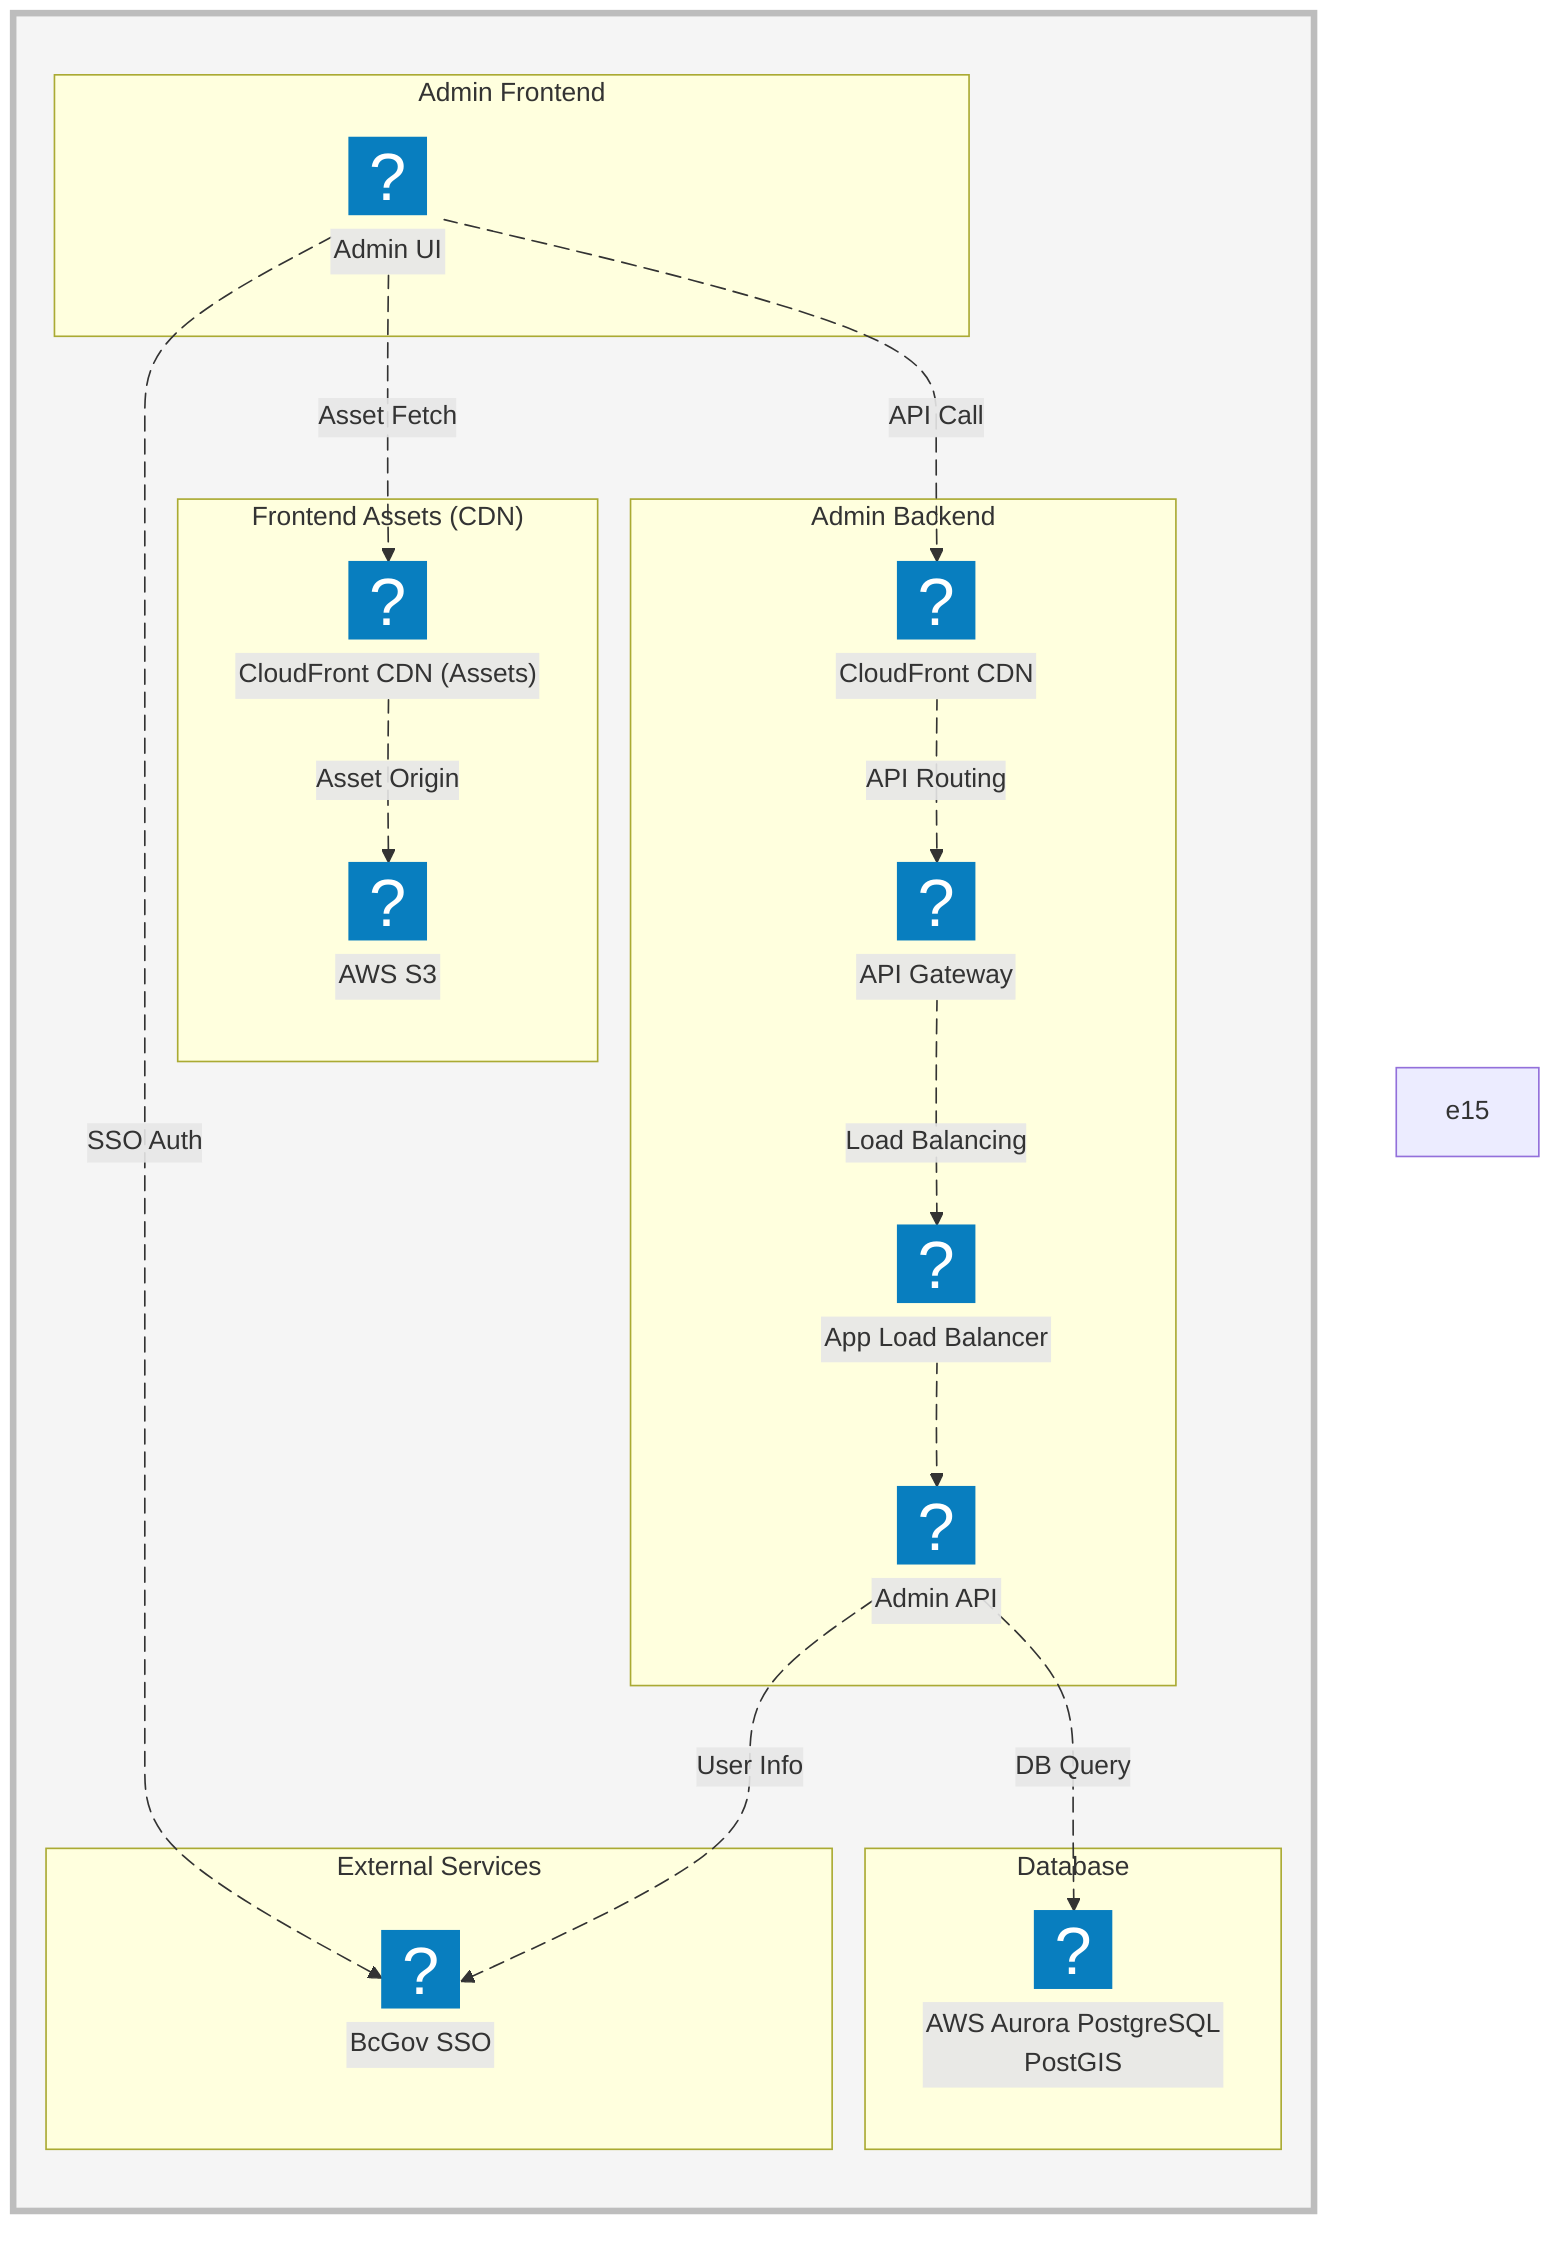
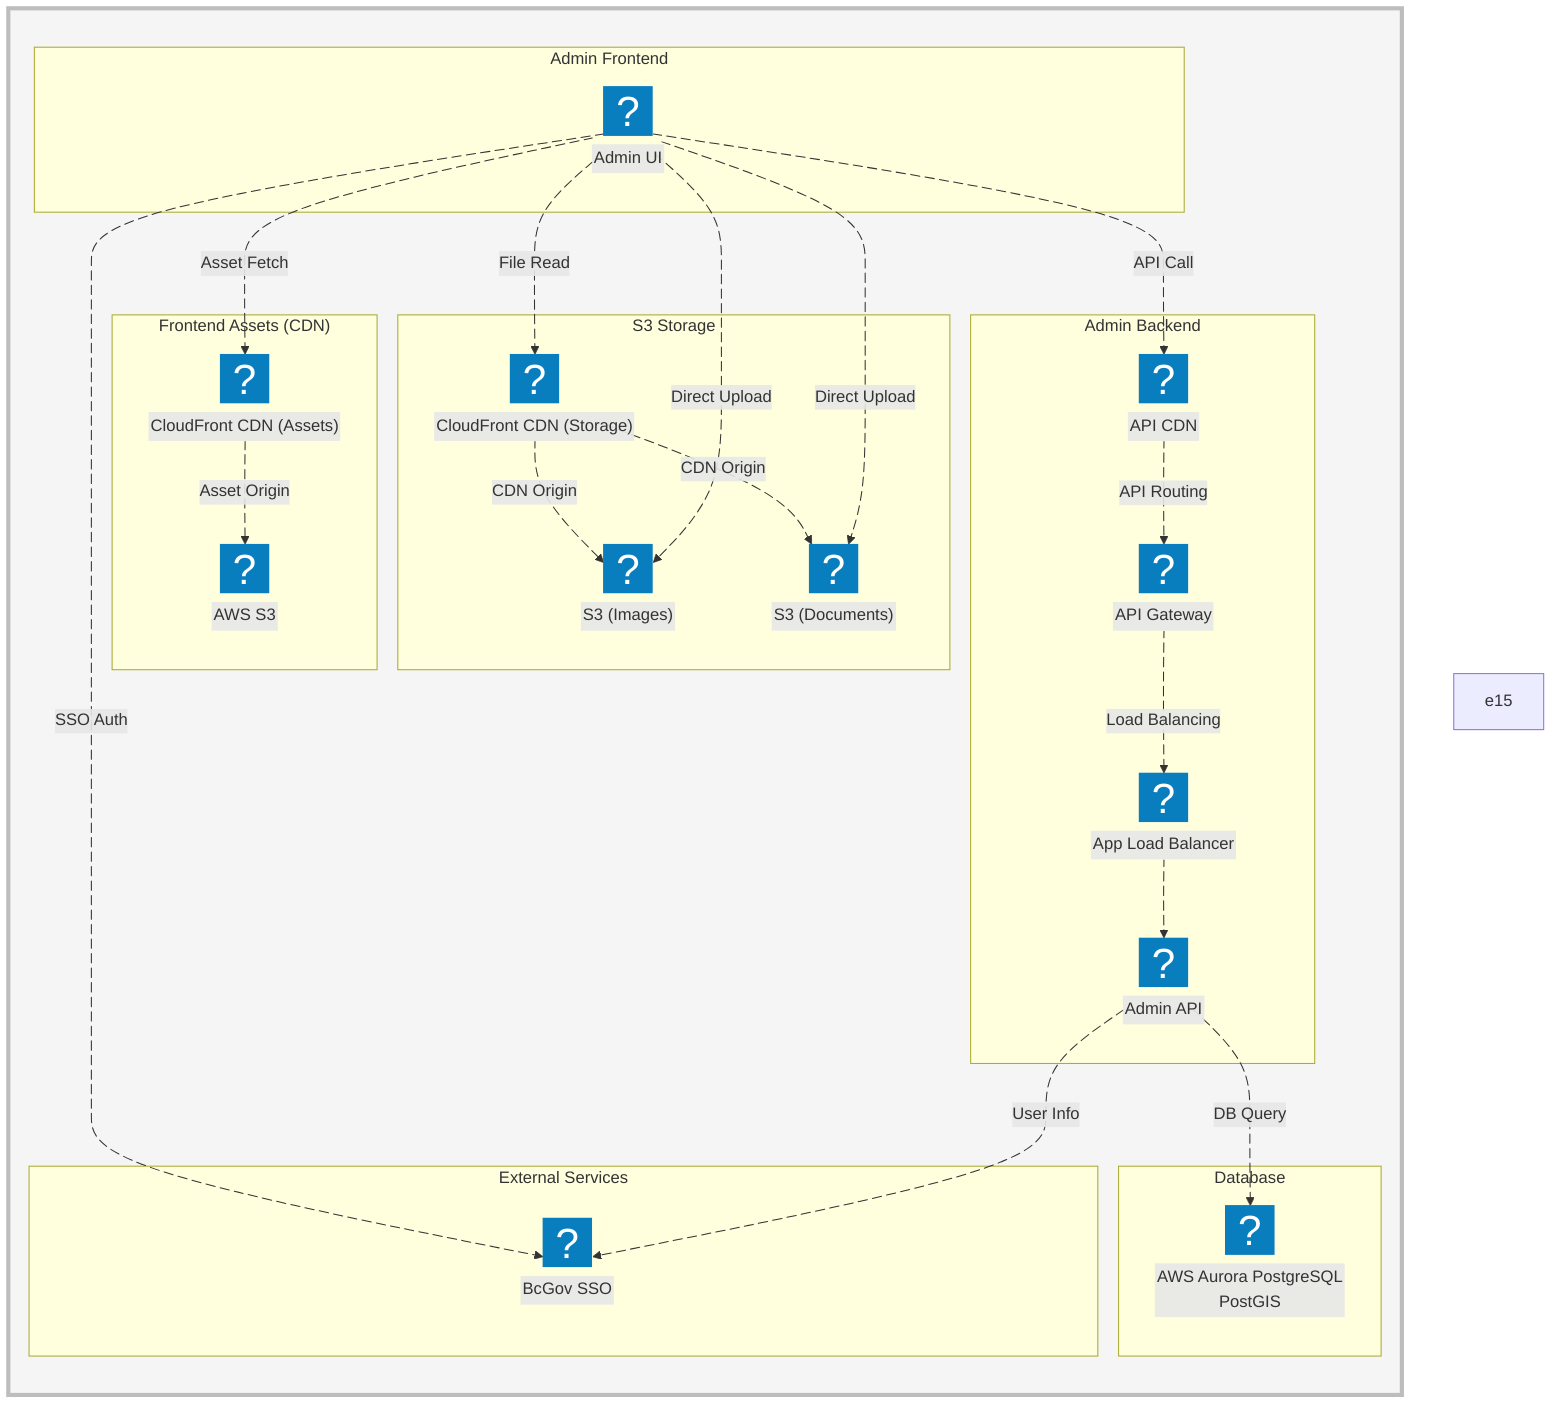
flowchart TD
  subgraph Container[" "]
    direction TB
    classDef container fill:#f5f5f5,stroke:#bdbdbd,stroke-width:4px
    class Container container;
    subgraph subGraph0["Admin Frontend"]
      UI["Admin UI"]
      UI@{ icon: "azure:users", pos: "b" }
    end
    subgraph subGraphAssets["Frontend Assets (CDN)"]
      S3["AWS S3"]
      S3@{ icon: "aws:arch-amazon-simple-storage-service", pos: "b" }
      CFAssets["CloudFront CDN (Assets)"]
      CFAssets@{ icon: "aws:arch-amazon-cloudfront", pos: "b" }
    end
+     subgraph subGraphStorage["S3 Storage"]
+       StorageCDN["CloudFront CDN (Storage)"]
+       StorageCDN@{ icon: "aws:arch-amazon-cloudfront", pos: "b" }
+       ImagesS3["S3 (Images)"]
+       ImagesS3@{ icon: "aws:arch-amazon-simple-storage-service", pos: "b" }
+       DocsS3["S3 (Documents)"]
+       DocsS3@{ icon: "aws:arch-amazon-simple-storage-service", pos: "b" }
+     end
    subgraph subGraph1["Admin Backend"]
-       CDN["CloudFront CDN"]
-       CDN@{ icon: "aws:arch-amazon-cloudfront", pos: "b" }
+       APICDN["API CDN"]
+       APICDN@{ icon: "aws:arch-amazon-cloudfront", pos: "b" }
      ALB["App Load Balancer"]
      ALB@{ icon: "aws:arch-elastic-load-balancing", pos: "b" }
      Gateway["API Gateway"]
      Gateway@{ icon: "aws:arch-amazon-api-gateway", pos: "b" }
      API["Admin API"]
      API@{ icon: "aws:arch-aws-fargate", pos: "b" }
    end
    subgraph Database["Database"]
      DB[("AWS Aurora PostgreSQL<br>PostGIS")]
      DB@{ icon: "aws:arch-amazon-aurora", pos: "b" }
    end
    subgraph subGraph4["External Services"]
      KeycloakExt["BcGov SSO"]
      KeycloakExt@{ icon: "azure:multifactor-authentication", pos: "b" }
    end
    UI e1@-->|"SSO Auth"| KeycloakExt
-     UI e2@-->|"API Call"| CDN
-     CDN e5@-->|"API Routing"| Gateway
+     UI e2@-->|"API Call"| APICDN
+     APICDN e5@-->|"API Routing"| Gateway
    Gateway e6@-->|"Load Balancing"| ALB
    ALB e7@--> API
    API e13@-->|"DB Query"| DB
    API e14@-->|"User Info"| KeycloakExt
    UI e16@-->|"Asset Fetch"| CFAssets
-     CFAssets e17@--> |"Asset Origin"| S3
+     CFAssets e17@-->|"Asset Origin"| S3
+     UI e18@-->|"File Read"| StorageCDN
+     StorageCDN e19@-->|"CDN Origin"| ImagesS3
+     StorageCDN e20@-->|"CDN Origin"| DocsS3
+     UI e21@-->|"Direct Upload"| ImagesS3
+     UI e22@-->|"Direct Upload"| DocsS3
    UI:::frontend
    API:::backend
    DB:::database
-     CDN:::aws
+     APICDN:::aws
    ALB:::aws
    Gateway:::aws
    KeycloakExt:::external
    S3:::aws
    CFAssets:::aws
+     StorageCDN:::aws
+     ImagesS3:::aws
+     DocsS3:::aws
  end

  class Container container;
  e1@{ animation: fast }
  e2@{ animation: fast }
  e5@{ animation: slow }
  e6@{ animation: slow }
  e7@{ animation: slow }
  e13@{ animation: fast }
  e14@{ animation: fast }
  e15@{ animation: fast }
  e16@{ animation: fast }
  e17@{ animation: fast }
+   e18@{ animation: fast }
+   e19@{ animation: slow }
+   e20@{ animation: slow }
+   e21@{ animation: fast }
+   e22@{ animation: fast }
